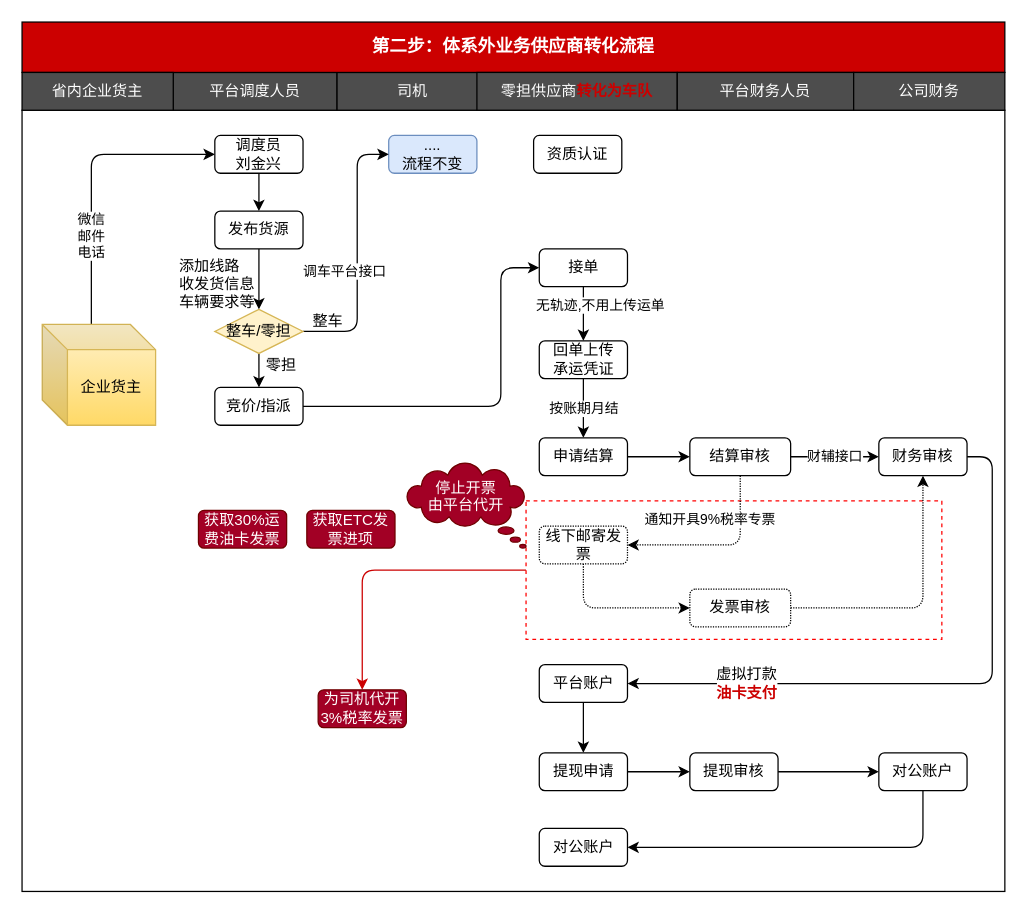
chenyibang/rdpwrap keeps this draw.io diagram as 第二步体系外业务流程.drawio. Above is the earlier version. Source tidied: cells renumbered, new cells numbered last; positions are measured from the earlier drawing's top-left corner, leaving out a move shared by most shapes. Both pictures are drawn from the tidied source at 126%, with x=0, y=0 at pixel (21, 21).
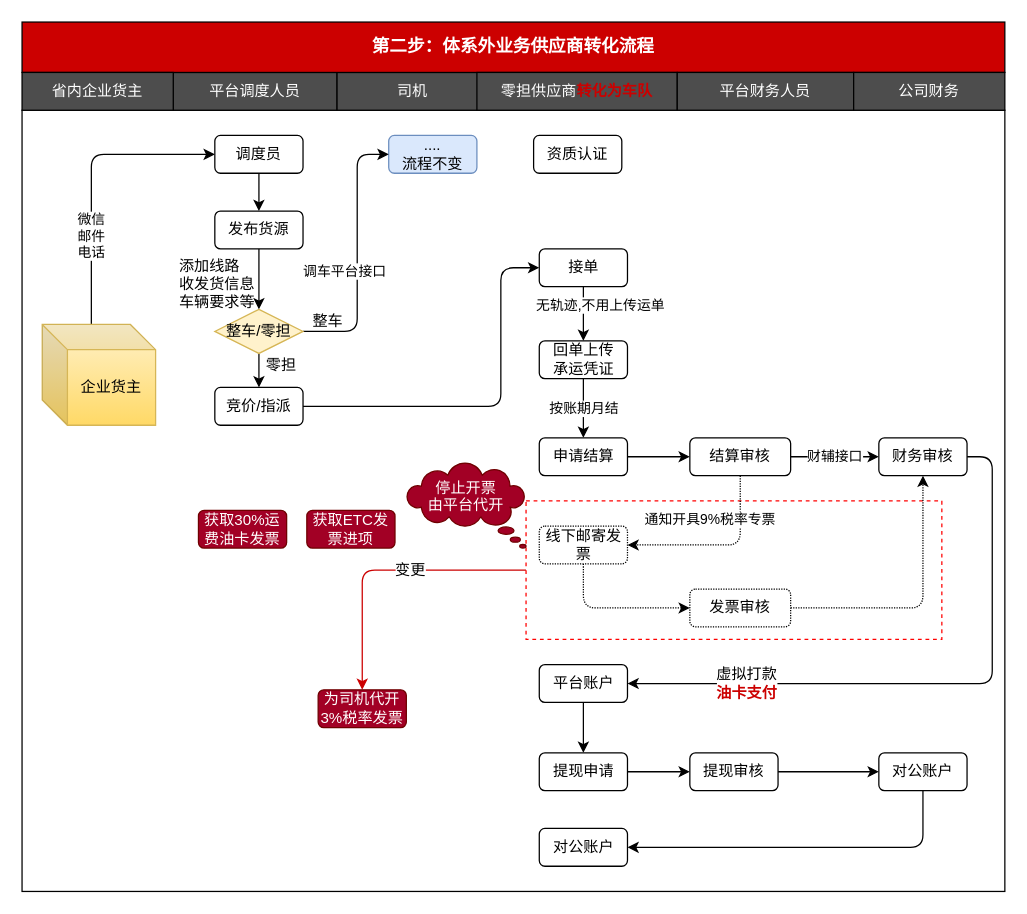
After the change.

Commit message:
更新第二步体系外业务流程.drawio

Unchanged cells that the change refers to:
```xml
<mxCell id="3" style="edgeStyle=orthogonalEdgeStyle;rounded=1;jettySize=auto;html=1;strokeColor=#CC0000;" parent="1" edge="1" source="4" target="55">
  <mxGeometry relative="1" as="geometry" />
</mxCell>
```

The edit, as a diff of the source:
```diff
@@
+    <mxCell id="58" value="变更" style="text;html=1;align=center;verticalAlign=middle;labelBackgroundColor=#ffffff;" parent="3" vertex="1">
+      <mxGeometry x="-0.17" y="-1" relative="1" as="geometry" />
+    </mxCell>
@@
-    <mxCell id="11" value="调度员&lt;br&gt;刘金兴" style="rounded=1;whiteSpace=wrap;html=1;" parent="1" vertex="1">
+    <mxCell id="11" value="调度员" style="rounded=1;whiteSpace=wrap;html=1;" parent="1" vertex="1">
       <mxGeometry x="153" y="90" width="70" height="30" as="geometry" />
     </mxCell>
```
